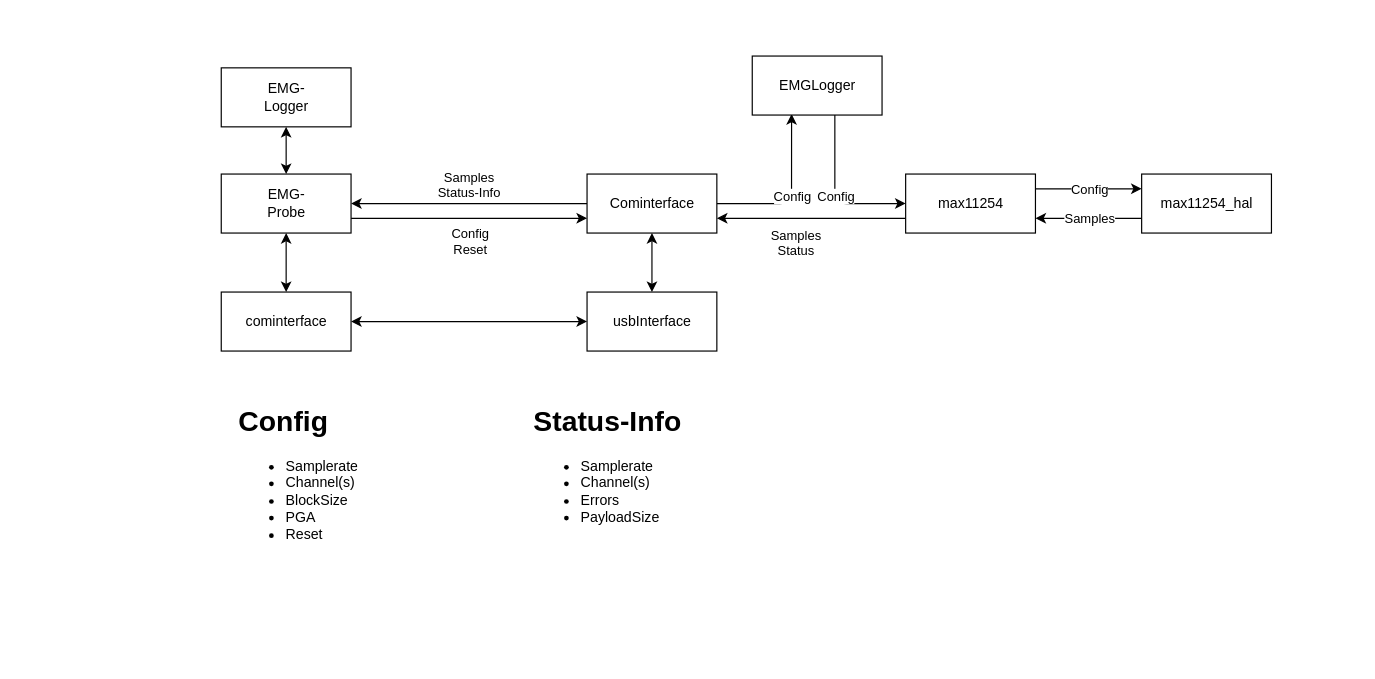
Above: blockschematic.drawio in MyoMod/MyoMod-Electrode6Chn (draw.io), before the change. Source tidied: cells renumbered, new cells numbered last; positions are measured from the earlier drawing's top-left corner, leaving out a move shared by most shapes. Both pictures are drawn from the tidied source at 118%, with x=0, y=0 at pixel (221, 55).
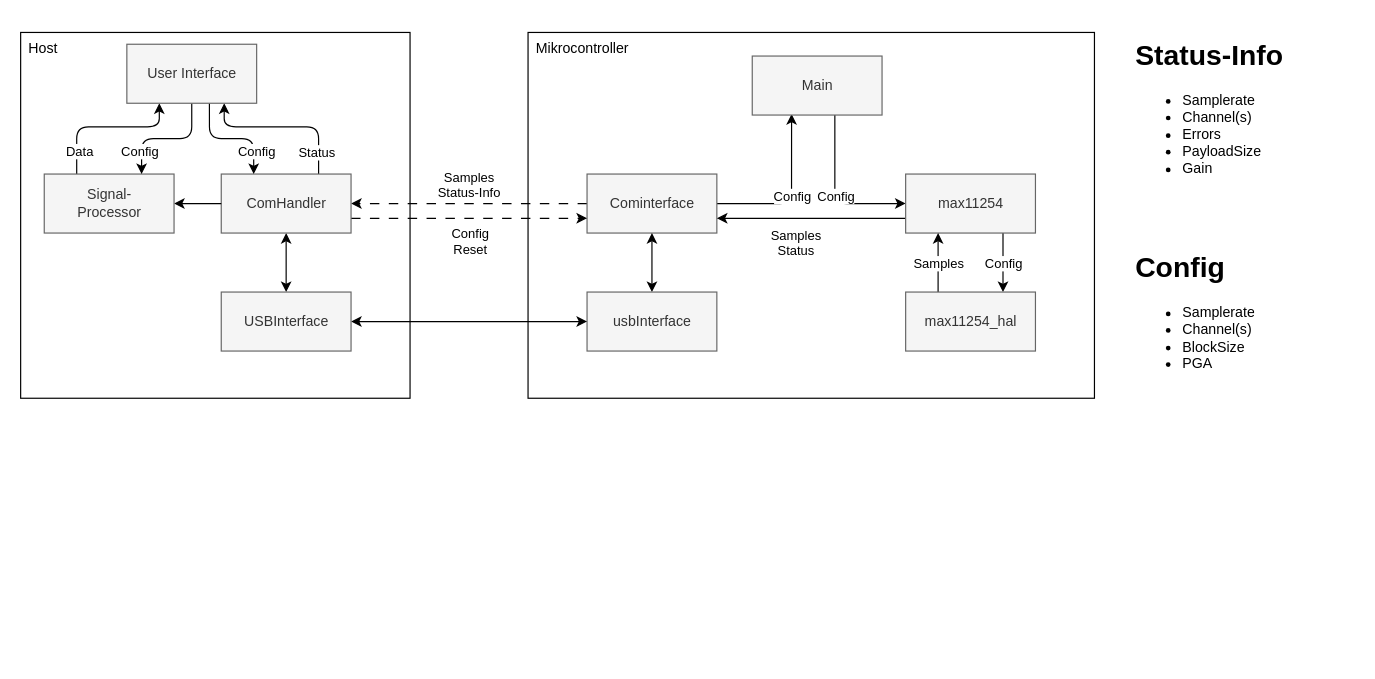
After the change.

The edit, as a diff of the source:
```diff
@@
+    <mxCell id="29" value="Host" style="rounded=0;whiteSpace=wrap;html=1;align=left;verticalAlign=top;glass=0;shadow=0;spacingLeft=5;" parent="1" vertex="1">
+      <mxGeometry x="-170" y="-20" width="330" height="310" as="geometry" />
+    </mxCell>
+    <mxCell id="30" value="Mikrocontroller" style="rounded=0;whiteSpace=wrap;html=1;align=left;verticalAlign=top;glass=0;shadow=0;spacingLeft=5;" parent="1" vertex="1">
+      <mxGeometry x="260" y="-20" width="480" height="310" as="geometry" />
+    </mxCell>
-    <mxCell id="2" value="Samples&lt;br&gt;Status-Info" style="edgeStyle=none;html=1;verticalAlign=bottom;" parent="1" edge="1" source="5" target="9">
+    <mxCell id="2" value="Samples&lt;br&gt;Status-Info" style="edgeStyle=none;html=1;verticalAlign=bottom;dashed=1;dashPattern=8 8;" parent="1" edge="1" source="5" target="9">
       <mxGeometry relative="1" as="geometry" />
     </mxCell>
@@
-    <mxCell id="5" value="Cominterface" style="html=1;" parent="1" vertex="1">
+    <mxCell id="5" value="Cominterface" style="html=1;fillColor=#f5f5f5;fontColor=#333333;strokeColor=#666666;" parent="1" vertex="1">
       <mxGeometry x="310" y="100" width="110" height="50" as="geometry" />
     </mxCell>
-    <mxCell id="6" style="edgeStyle=none;html=1;entryX=0;entryY=0.75;entryDx=0;entryDy=0;exitX=1;exitY=0.75;exitDx=0;exitDy=0;" parent="1" edge="1" source="9" target="5">
+    <mxCell id="6" style="edgeStyle=none;html=1;entryX=0;entryY=0.75;entryDx=0;entryDy=0;exitX=1;exitY=0.75;exitDx=0;exitDy=0;dashed=1;dashPattern=8 8;" parent="1" edge="1" source="9" target="5">
       <mxGeometry relative="1" as="geometry" />
     </mxCell>
@@
+    <mxCell id="31" style="edgeStyle=orthogonalEdgeStyle;html=1;entryX=0.75;entryY=1;entryDx=0;entryDy=0;startArrow=none;startFill=0;endArrow=classic;endFill=1;exitX=0.75;exitY=0;exitDx=0;exitDy=0;" parent="1" edge="1" source="9" target="39">
+      <mxGeometry relative="1" as="geometry">
+        <Array as="points">
+          <mxPoint x="83" y="60" />
+          <mxPoint x="3" y="60" />
+        </Array>
+      </mxGeometry>
+    </mxCell>
+    <mxCell id="32" value="Status" style="edgeLabel;html=1;align=center;verticalAlign=middle;" parent="31" vertex="1">
+      <mxGeometry x="-0.61" y="2" relative="1" as="geometry">
+        <mxPoint y="8" as="offset" />
+      </mxGeometry>
+    </mxCell>
-    <mxCell id="9" value="EMG-&lt;br&gt;Probe" style="html=1;" parent="1" vertex="1">
+    <mxCell id="9" value="ComHandler" style="html=1;fillColor=#f5f5f5;fontColor=#333333;strokeColor=#666666;" parent="1" vertex="1">
       <mxGeometry y="100" width="110" height="50" as="geometry" />
     </mxCell>
@@
-    <mxCell id="11" value="usbInterface" style="html=1;" parent="1" vertex="1">
+    <mxCell id="11" value="usbInterface" style="html=1;fillColor=#f5f5f5;fontColor=#333333;strokeColor=#666666;" parent="1" vertex="1">
       <mxGeometry x="310" y="200" width="110" height="50" as="geometry" />
     </mxCell>
@@
-    <mxCell id="13" value="cominterface" style="html=1;" parent="1" vertex="1">
+    <mxCell id="13" value="USBInterface" style="html=1;fillColor=#f5f5f5;fontColor=#333333;strokeColor=#666666;" parent="1" vertex="1">
       <mxGeometry y="200" width="110" height="50" as="geometry" />
     </mxCell>
@@
-    <mxCell id="16" value="EMGLogger" style="html=1;" parent="1" vertex="1">
+    <mxCell id="16" value="Main" style="html=1;fillColor=#f5f5f5;fontColor=#333333;strokeColor=#666666;" parent="1" vertex="1">
       <mxGeometry x="450" width="110" height="50" as="geometry" />
     </mxCell>
@@
-    <mxCell id="19" style="edgeStyle=orthogonalEdgeStyle;html=1;entryX=0;entryY=0.25;entryDx=0;entryDy=0;startArrow=none;startFill=0;exitX=1;exitY=0.25;exitDx=0;exitDy=0;" parent="1" edge="1" source="21" target="24">
+    <mxCell id="19" style="edgeStyle=orthogonalEdgeStyle;html=1;entryX=0.75;entryY=0;entryDx=0;entryDy=0;startArrow=none;startFill=0;exitX=0.75;exitY=1;exitDx=0;exitDy=0;" parent="1" edge="1" source="21" target="24">
       <mxGeometry relative="1" as="geometry" />
     </mxCell>
@@
-    <mxCell id="21" value="max11254" style="html=1;" parent="1" vertex="1">
+    <mxCell id="21" value="max11254" style="html=1;fillColor=#f5f5f5;fontColor=#333333;strokeColor=#666666;" parent="1" vertex="1">
       <mxGeometry x="580" y="100" width="110" height="50" as="geometry" />
     </mxCell>
-    <mxCell id="22" style="edgeStyle=orthogonalEdgeStyle;html=1;entryX=1;entryY=0.75;entryDx=0;entryDy=0;startArrow=none;startFill=0;exitX=0;exitY=0.75;exitDx=0;exitDy=0;" parent="1" edge="1" source="24" target="21">
+    <mxCell id="22" style="edgeStyle=orthogonalEdgeStyle;html=1;entryX=0.25;entryY=1;entryDx=0;entryDy=0;startArrow=none;startFill=0;exitX=0.25;exitY=0;exitDx=0;exitDy=0;" parent="1" edge="1" source="24" target="21">
       <mxGeometry relative="1" as="geometry" />
     </mxCell>
@@
-    <mxCell id="24" value="max11254_hal" style="html=1;" parent="1" vertex="1">
-      <mxGeometry x="780" y="100" width="110" height="50" as="geometry" />
+    <mxCell id="24" value="max11254_hal" style="html=1;fillColor=#f5f5f5;fontColor=#333333;strokeColor=#666666;" parent="1" vertex="1">
+      <mxGeometry x="580" y="200" width="110" height="50" as="geometry" />
     </mxCell>
-    <mxCell id="25" style="edgeStyle=orthogonalEdgeStyle;html=1;entryX=0.5;entryY=0;entryDx=0;entryDy=0;startArrow=classic;startFill=1;" parent="1" edge="1" source="26" target="9">
+    <mxCell id="25" style="edgeStyle=orthogonalEdgeStyle;html=1;entryX=0;entryY=0.5;entryDx=0;entryDy=0;startArrow=classic;startFill=1;endArrow=none;endFill=0;" parent="1" edge="1" source="26" target="9">
       <mxGeometry relative="1" as="geometry" />
     </mxCell>
+    <mxCell id="33" style="edgeStyle=orthogonalEdgeStyle;html=1;entryX=0.25;entryY=1;entryDx=0;entryDy=0;startArrow=none;startFill=0;endArrow=classic;endFill=1;exitX=0.25;exitY=0;exitDx=0;exitDy=0;" parent="1" edge="1" source="26" target="39">
+      <mxGeometry relative="1" as="geometry">
+        <Array as="points">
+          <mxPoint x="-122" y="60" />
+          <mxPoint x="-52" y="60" />
+        </Array>
+      </mxGeometry>
+    </mxCell>
+    <mxCell id="34" value="Data" style="edgeLabel;html=1;align=center;verticalAlign=middle;" parent="33" vertex="1">
+      <mxGeometry x="-0.48" y="2" relative="1" as="geometry">
+        <mxPoint x="4" y="14" as="offset" />
+      </mxGeometry>
+    </mxCell>
-    <mxCell id="26" value="EMG-&lt;br&gt;Logger" style="html=1;" parent="1" vertex="1">
-      <mxGeometry y="10" width="110" height="50" as="geometry" />
+    <mxCell id="26" value="Signal-&lt;br&gt;Processor" style="html=1;fillColor=#f5f5f5;fontColor=#333333;strokeColor=#666666;" parent="1" vertex="1">
+      <mxGeometry x="-150" y="100" width="110" height="50" as="geometry" />
     </mxCell>
-    <mxCell id="27" value="&lt;h1&gt;Config&lt;/h1&gt;&lt;p&gt;&lt;/p&gt;&lt;ul&gt;&lt;li&gt;Samplerate&lt;/li&gt;&lt;li&gt;Channel(s)&lt;/li&gt;&lt;li&gt;BlockSize&lt;/li&gt;&lt;li&gt;PGA&lt;/li&gt;&lt;li&gt;Reset&lt;/li&gt;&lt;/ul&gt;&lt;p&gt;&lt;/p&gt;" style="text;html=1;strokeColor=none;fillColor=none;spacing=5;spacingTop=-20;whiteSpace=wrap;overflow=hidden;rounded=0;" parent="1" vertex="1">
-      <mxGeometry x="10" y="290" width="190" height="220" as="geometry" />
+    <mxCell id="27" value="&lt;h1&gt;Config&lt;/h1&gt;&lt;p&gt;&lt;/p&gt;&lt;ul&gt;&lt;li&gt;Samplerate&lt;/li&gt;&lt;li&gt;Channel(s)&lt;/li&gt;&lt;li&gt;BlockSize&lt;/li&gt;&lt;li&gt;PGA&lt;/li&gt;&lt;/ul&gt;&lt;p&gt;&lt;/p&gt;" style="text;html=1;strokeColor=none;fillColor=none;spacing=5;spacingTop=-20;whiteSpace=wrap;overflow=hidden;rounded=0;" parent="1" vertex="1">
+      <mxGeometry x="770" y="160" width="190" height="220" as="geometry" />
     </mxCell>
-    <mxCell id="28" value="&lt;h1&gt;Status-Info&lt;/h1&gt;&lt;p&gt;&lt;/p&gt;&lt;ul&gt;&lt;li&gt;Samplerate&lt;/li&gt;&lt;li&gt;Channel(s)&lt;/li&gt;&lt;li&gt;Errors&lt;/li&gt;&lt;li&gt;PayloadSize&lt;/li&gt;&lt;/ul&gt;&lt;p&gt;&lt;/p&gt;" style="text;html=1;strokeColor=none;fillColor=none;spacing=5;spacingTop=-20;whiteSpace=wrap;overflow=hidden;rounded=0;" parent="1" vertex="1">
-      <mxGeometry x="260" y="290" width="190" height="220" as="geometry" />
+    <mxCell id="28" value="&lt;h1&gt;Status-Info&lt;/h1&gt;&lt;p&gt;&lt;/p&gt;&lt;ul&gt;&lt;li&gt;Samplerate&lt;/li&gt;&lt;li&gt;Channel(s)&lt;/li&gt;&lt;li&gt;Errors&lt;/li&gt;&lt;li&gt;PayloadSize&lt;/li&gt;&lt;li&gt;Gain&lt;/li&gt;&lt;/ul&gt;&lt;p&gt;&lt;/p&gt;" style="text;html=1;strokeColor=none;fillColor=none;spacing=5;spacingTop=-20;whiteSpace=wrap;overflow=hidden;rounded=0;" parent="1" vertex="1">
+      <mxGeometry x="770" y="-20" width="190" height="220" as="geometry" />
     </mxCell>
+    <mxCell id="35" style="edgeStyle=orthogonalEdgeStyle;html=1;entryX=0.75;entryY=0;entryDx=0;entryDy=0;startArrow=none;startFill=0;endArrow=classic;endFill=1;exitX=0.5;exitY=1;exitDx=0;exitDy=0;" parent="1" edge="1" source="39" target="26">
+      <mxGeometry relative="1" as="geometry" />
+    </mxCell>
+    <mxCell id="36" value="Config" style="edgeLabel;html=1;align=center;verticalAlign=middle;" parent="35" vertex="1">
+      <mxGeometry x="0.36" y="2" relative="1" as="geometry">
+        <mxPoint x="-5" y="8" as="offset" />
+      </mxGeometry>
+    </mxCell>
+    <mxCell id="37" style="edgeStyle=orthogonalEdgeStyle;html=1;entryX=0.25;entryY=0;entryDx=0;entryDy=0;startArrow=none;startFill=0;endArrow=classic;endFill=1;exitX=0.636;exitY=1;exitDx=0;exitDy=0;exitPerimeter=0;" parent="1" edge="1" source="39" target="9">
+      <mxGeometry relative="1" as="geometry" />
+    </mxCell>
+    <mxCell id="38" value="Config" style="edgeLabel;html=1;align=center;verticalAlign=middle;" parent="37" vertex="1">
+      <mxGeometry x="0.13" y="2" relative="1" as="geometry">
+        <mxPoint x="15" y="12" as="offset" />
+      </mxGeometry>
+    </mxCell>
+    <mxCell id="39" value="User Interface" style="html=1;fillColor=#f5f5f5;fontColor=#333333;strokeColor=#666666;" parent="1" vertex="1">
+      <mxGeometry x="-80" y="-10" width="110" height="50" as="geometry" />
+    </mxCell>
```
